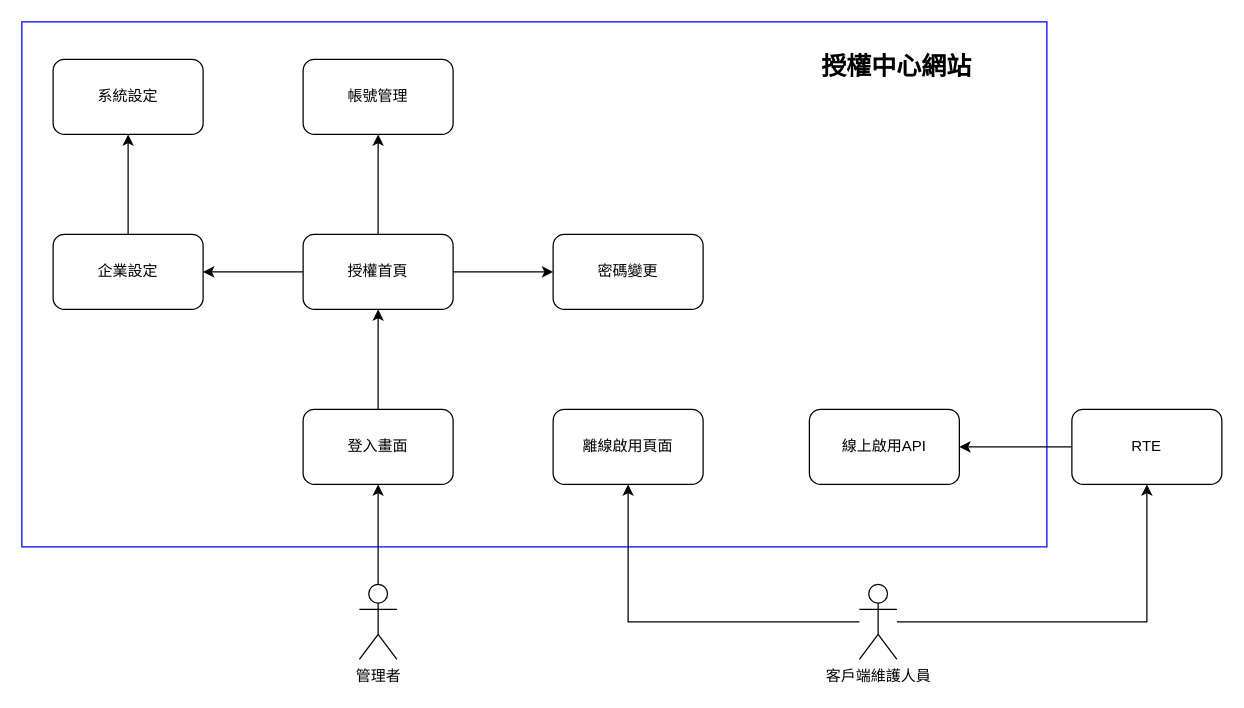
This is page "網站地圖" (1 of 3) of 8.10.2/LICENSE/diagram/授權中心網站.drawio from ArcareRD/sadocs, a draw.io file, before an edit. Source tidied: cells renumbered, new cells numbered last; positions are measured from the earlier drawing's top-left corner, leaving out a move shared by most shapes. Both pictures are drawn from the tidied source at 125%, with x=0, y=0 at pixel (21, 21).
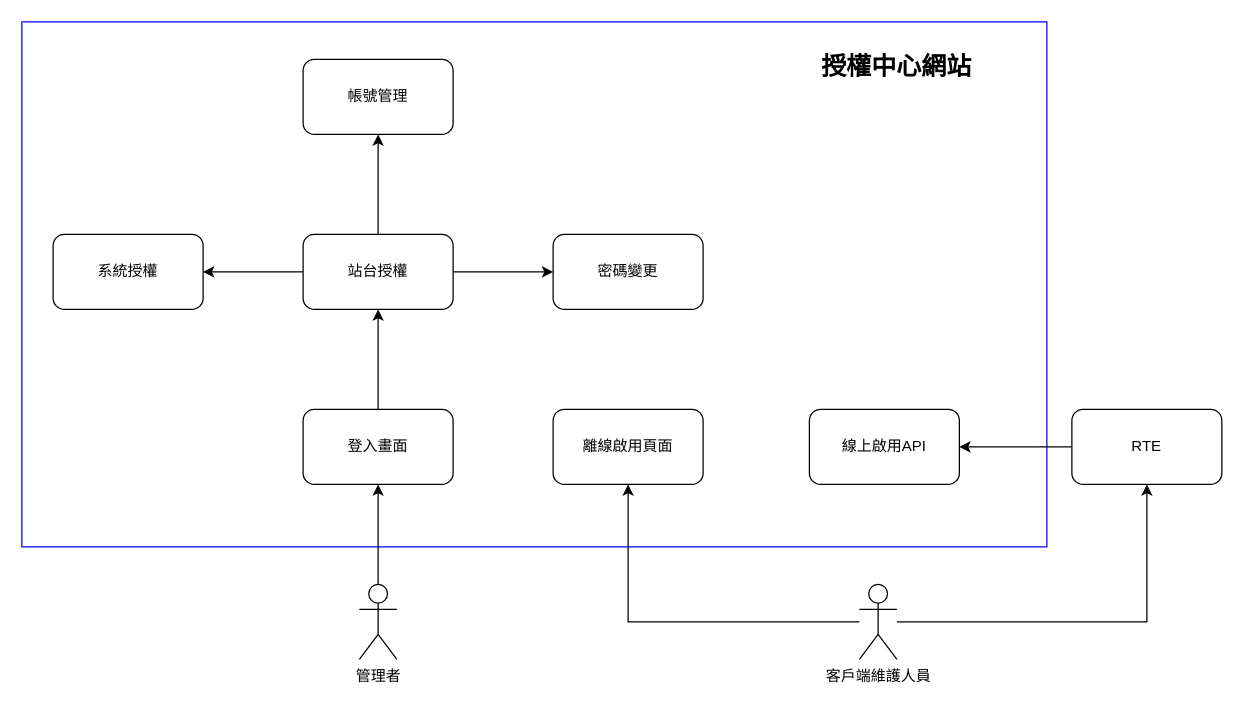
After the change.

Change to the diagram source:
```diff
@@
-    <mxCell id="13" value="授權首頁" style="rounded=1;whiteSpace=wrap;html=1;" parent="1" vertex="1">
+    <mxCell id="13" value="站台授權" style="rounded=1;whiteSpace=wrap;html=1;" parent="1" vertex="1">
       <mxGeometry x="225" y="170" width="120" height="60" as="geometry" />
     </mxCell>
-    <mxCell id="14" style="edgeStyle=orthogonalEdgeStyle;rounded=0;jettySize=auto;html=1;" parent="1" edge="1" source="15" target="16">
-      <mxGeometry relative="1" as="geometry" />
-    </mxCell>
-    <mxCell id="15" value="企業設定" style="rounded=1;whiteSpace=wrap;html=1;" parent="1" vertex="1">
+    <mxCell id="15" value="系統授權" style="rounded=1;whiteSpace=wrap;html=1;" parent="1" vertex="1">
       <mxGeometry x="25" y="170" width="120" height="60" as="geometry" />
     </mxCell>
-    <mxCell id="16" value="系統設定" style="rounded=1;whiteSpace=wrap;html=1;" parent="1" vertex="1">
-      <mxGeometry x="25" y="30" width="120" height="60" as="geometry" />
-    </mxCell>
```
